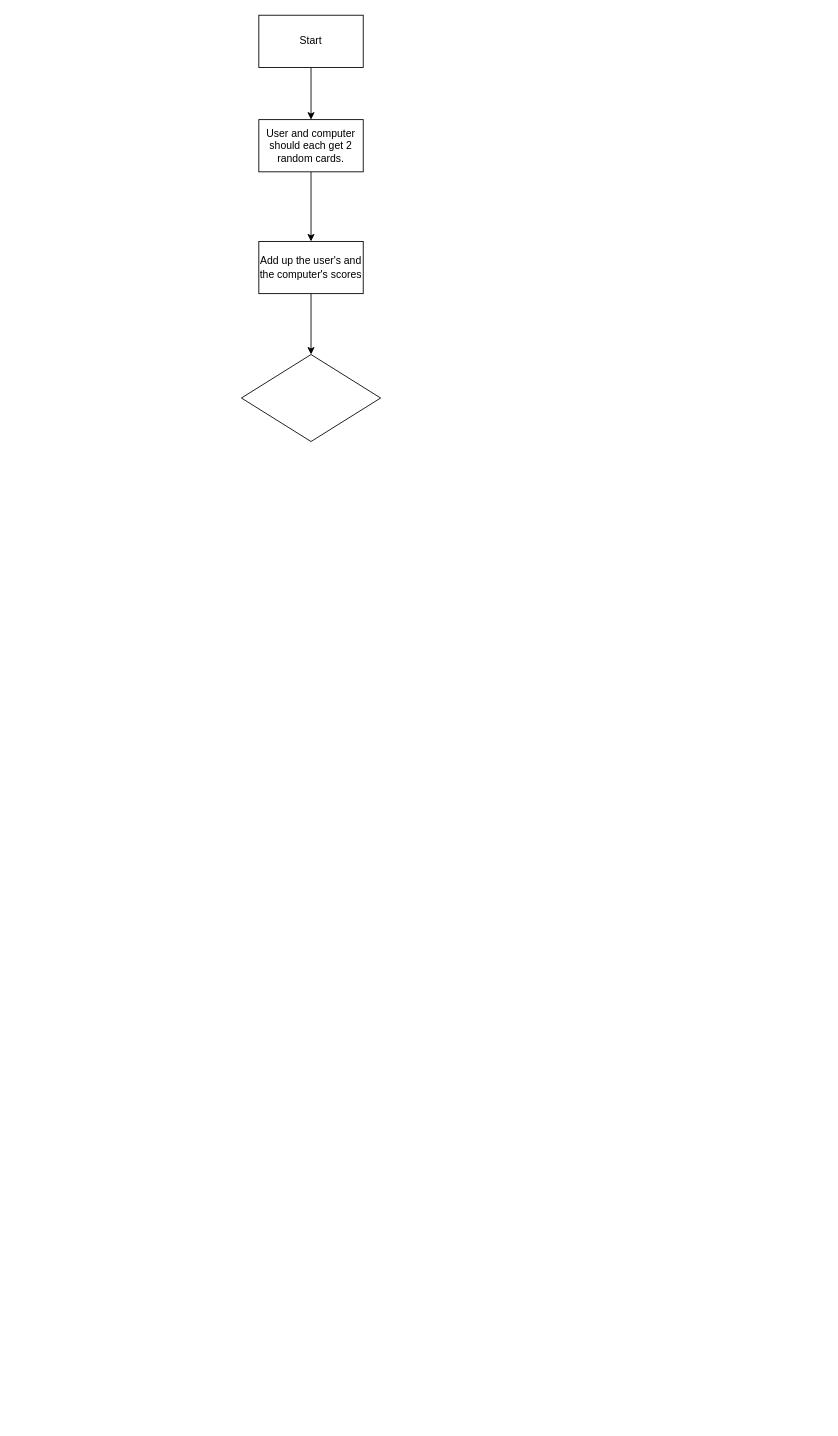
Earlier version of the draw.io diagram Blackjack_Flowchart.drawio (Mateusz167/Blackjack-Program-Project). Source tidied: cells renumbered, new cells numbered last; positions are measured from the earlier drawing's top-left corner, leaving out a move shared by most shapes. Both pictures are drawn from the tidied source at 87%, with x=0, y=0 at pixel (241, 15).
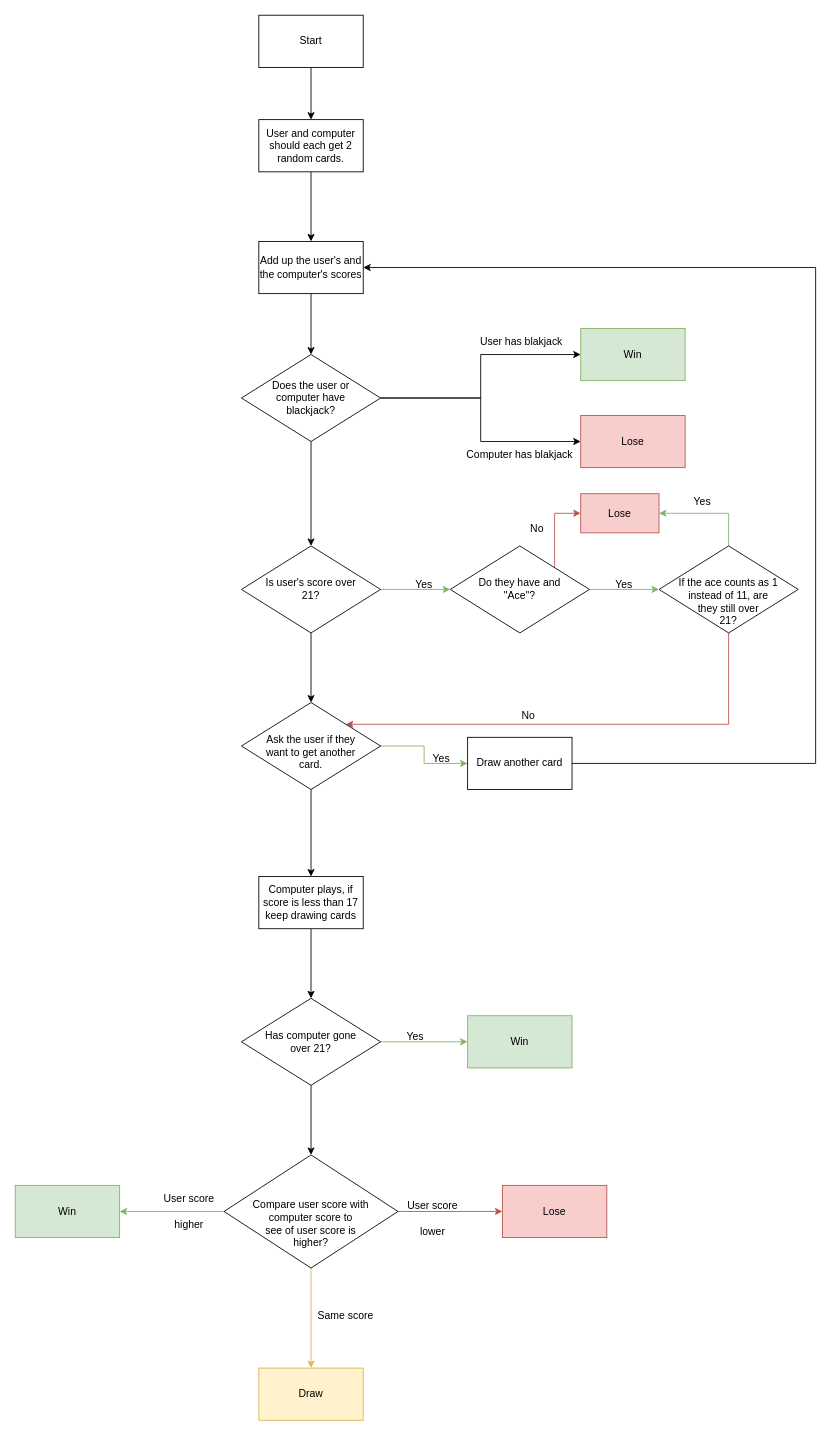
The same page after the edit.

The change refers to these unchanged cells:
```xml
<mxCell id="7" value="Add up the user's and the computer's scores" style="rounded=0;whiteSpace=wrap;html=1;" parent="1" vertex="1">
  <mxGeometry x="20" y="260" width="120" height="60" as="geometry" />
</mxCell>
```

What changed in the source:
```diff
@@
+    <mxCell id="9" style="edgeStyle=orthogonalEdgeStyle;rounded=0;jettySize=auto;html=1;" parent="1" edge="1" source="8" target="12">
+      <mxGeometry relative="1" as="geometry" />
+    </mxCell>
+    <mxCell id="10" style="edgeStyle=orthogonalEdgeStyle;rounded=0;jettySize=auto;html=1;entryX=0;entryY=0.5;entryDx=0;entryDy=0;" parent="1" edge="1" source="8" target="13">
+      <mxGeometry relative="1" as="geometry" />
+    </mxCell>
+    <mxCell id="11" style="edgeStyle=orthogonalEdgeStyle;rounded=0;jettySize=auto;html=1;" parent="1" edge="1" source="8" target="18">
+      <mxGeometry relative="1" as="geometry" />
+    </mxCell>
-    <mxCell id="8" style="rhombus;whiteSpace=wrap;html=1;rounded=0;" parent="1" vertex="1">
+    <mxCell id="8" value="Does the user or&lt;div&gt;computer have&lt;/div&gt;&lt;div&gt;blackjack?&lt;/div&gt;" style="rhombus;whiteSpace=wrap;html=1;rounded=0;" parent="1" vertex="1">
       <mxGeometry y="390" width="160" height="100" as="geometry" />
     </mxCell>
+    <mxCell id="12" value="Win" style="whiteSpace=wrap;html=1;rounded=0;fillColor=#d5e8d4;strokeColor=#82b366;" parent="1" vertex="1">
+      <mxGeometry x="390" y="360" width="120" height="60" as="geometry" />
+    </mxCell>
+    <mxCell id="13" value="Lose" style="whiteSpace=wrap;html=1;rounded=0;fillColor=#f8cecc;strokeColor=#b85450;" parent="1" vertex="1">
+      <mxGeometry x="390" y="460" width="120" height="60" as="geometry" />
+    </mxCell>
+    <mxCell id="14" value="User has blakjack" style="text;html=1;align=center;verticalAlign=middle;whiteSpace=wrap;rounded=0;" parent="1" vertex="1">
+      <mxGeometry x="264" y="360" width="116" height="30" as="geometry" />
+    </mxCell>
+    <mxCell id="15" value="Computer has blakjack" style="text;html=1;align=center;verticalAlign=middle;whiteSpace=wrap;rounded=0;" parent="1" vertex="1">
+      <mxGeometry x="250" y="490" width="140" height="30" as="geometry" />
+    </mxCell>
+    <mxCell id="16" style="edgeStyle=orthogonalEdgeStyle;rounded=0;jettySize=auto;html=1;fillColor=#d5e8d4;strokeColor=#82b366;" parent="1" edge="1" source="18" target="21">
+      <mxGeometry relative="1" as="geometry" />
+    </mxCell>
+    <mxCell id="17" style="edgeStyle=orthogonalEdgeStyle;rounded=0;jettySize=auto;html=1;" parent="1" edge="1" source="18" target="32">
+      <mxGeometry relative="1" as="geometry" />
+    </mxCell>
+    <mxCell id="18" value="Is user's score over&lt;div&gt;21?&lt;/div&gt;" style="rhombus;whiteSpace=wrap;html=1;rounded=0;" parent="1" vertex="1">
+      <mxGeometry y="610" width="160" height="100" as="geometry" />
+    </mxCell>
+    <mxCell id="19" style="edgeStyle=orthogonalEdgeStyle;rounded=0;jettySize=auto;html=1;fillColor=#d5e8d4;strokeColor=#82b366;" parent="1" edge="1" source="21" target="24">
+      <mxGeometry relative="1" as="geometry" />
+    </mxCell>
+    <mxCell id="20" style="edgeStyle=orthogonalEdgeStyle;rounded=0;jettySize=auto;html=1;exitX=1;exitY=0;exitDx=0;exitDy=0;entryX=0;entryY=0.5;entryDx=0;entryDy=0;fillColor=#f8cecc;strokeColor=#b85450;" parent="1" edge="1" source="21" target="25">
+      <mxGeometry relative="1" as="geometry" />
+    </mxCell>
+    <mxCell id="21" value="Do they have and&lt;div&gt;&quot;Ace&quot;?&lt;/div&gt;" style="rhombus;whiteSpace=wrap;html=1;rounded=0;" parent="1" vertex="1">
+      <mxGeometry x="240" y="610" width="160" height="100" as="geometry" />
+    </mxCell>
+    <mxCell id="22" style="edgeStyle=orthogonalEdgeStyle;rounded=0;jettySize=auto;html=1;exitX=0.5;exitY=0;exitDx=0;exitDy=0;entryX=1;entryY=0.5;entryDx=0;entryDy=0;fillColor=#d5e8d4;strokeColor=#82b366;" parent="1" edge="1" source="24" target="25">
+      <mxGeometry relative="1" as="geometry" />
+    </mxCell>
+    <mxCell id="23" style="edgeStyle=orthogonalEdgeStyle;rounded=0;jettySize=auto;html=1;entryX=1;entryY=0;entryDx=0;entryDy=0;fillColor=#f8cecc;strokeColor=#b85450;" parent="1" edge="1" source="24" target="32">
+      <mxGeometry relative="1" as="geometry">
+        <Array as="points">
+          <mxPoint x="560" y="815" />
+        </Array>
+      </mxGeometry>
+    </mxCell>
+    <mxCell id="24" value="&lt;div&gt;&lt;br&gt;&lt;/div&gt;&lt;div&gt;&lt;br&gt;&lt;/div&gt;If the ace counts as 1&lt;div&gt;instead of 11, are&lt;/div&gt;&lt;div&gt;they still over&lt;/div&gt;&lt;div&gt;21?&lt;/div&gt;" style="rhombus;whiteSpace=wrap;html=1;rounded=0;" parent="1" vertex="1">
+      <mxGeometry x="480" y="610" width="160" height="100" as="geometry" />
+    </mxCell>
+    <mxCell id="25" value="Lose" style="rounded=0;whiteSpace=wrap;html=1;fillColor=#f8cecc;strokeColor=#b85450;" parent="1" vertex="1">
+      <mxGeometry x="390" y="550" width="90" height="45" as="geometry" />
+    </mxCell>
+    <mxCell id="26" value="Yes" style="text;html=1;align=center;verticalAlign=middle;whiteSpace=wrap;rounded=0;" parent="1" vertex="1">
+      <mxGeometry x="500" y="545" width="60" height="30" as="geometry" />
+    </mxCell>
+    <mxCell id="27" value="No" style="text;html=1;align=center;verticalAlign=middle;whiteSpace=wrap;rounded=0;" parent="1" vertex="1">
+      <mxGeometry x="310" y="575" width="60" height="30" as="geometry" />
+    </mxCell>
+    <mxCell id="28" value="Yes" style="text;html=1;align=center;verticalAlign=middle;whiteSpace=wrap;rounded=0;" parent="1" vertex="1">
+      <mxGeometry x="410" y="640" width="60" height="30" as="geometry" />
+    </mxCell>
+    <mxCell id="29" value="Yes" style="text;html=1;align=center;verticalAlign=middle;whiteSpace=wrap;rounded=0;" parent="1" vertex="1">
+      <mxGeometry x="180" y="640" width="60" height="30" as="geometry" />
+    </mxCell>
+    <mxCell id="30" style="edgeStyle=orthogonalEdgeStyle;rounded=0;jettySize=auto;html=1;fillColor=#d5e8d4;strokeColor=#82b366;" parent="1" edge="1" source="32" target="35">
+      <mxGeometry relative="1" as="geometry" />
+    </mxCell>
+    <mxCell id="31" style="edgeStyle=orthogonalEdgeStyle;rounded=0;jettySize=auto;html=1;" parent="1" edge="1" source="32" target="38">
+      <mxGeometry relative="1" as="geometry" />
+    </mxCell>
+    <mxCell id="32" value="&lt;div&gt;&lt;br&gt;&lt;/div&gt;Ask the user if they&lt;div&gt;want&amp;nbsp;&lt;span style=&quot;background-color: initial;&quot;&gt;to get another&lt;/span&gt;&lt;/div&gt;&lt;div&gt;&lt;span style=&quot;background-color: initial;&quot;&gt;card.&lt;/span&gt;&lt;/div&gt;" style="rhombus;whiteSpace=wrap;html=1;rounded=0;" parent="1" vertex="1">
+      <mxGeometry y="790" width="160" height="100" as="geometry" />
+    </mxCell>
+    <mxCell id="33" value="No" style="text;html=1;align=center;verticalAlign=middle;whiteSpace=wrap;rounded=0;" parent="1" vertex="1">
+      <mxGeometry x="300" y="790" width="60" height="30" as="geometry" />
+    </mxCell>
+    <mxCell id="34" style="edgeStyle=orthogonalEdgeStyle;rounded=0;jettySize=auto;html=1;entryX=1;entryY=0.5;entryDx=0;entryDy=0;" parent="1" edge="1" source="35" target="7">
+      <mxGeometry relative="1" as="geometry">
+        <Array as="points">
+          <mxPoint x="660" y="860" />
+          <mxPoint x="660" y="290" />
+        </Array>
+      </mxGeometry>
+    </mxCell>
+    <mxCell id="35" value="Draw another card" style="whiteSpace=wrap;html=1;rounded=0;" parent="1" vertex="1">
+      <mxGeometry x="260" y="830" width="120" height="60" as="geometry" />
+    </mxCell>
+    <mxCell id="36" value="Yes" style="text;html=1;align=center;verticalAlign=middle;whiteSpace=wrap;rounded=0;" parent="1" vertex="1">
+      <mxGeometry x="200" y="840" width="60" height="30" as="geometry" />
+    </mxCell>
+    <mxCell id="37" style="edgeStyle=orthogonalEdgeStyle;rounded=0;jettySize=auto;html=1;entryX=0.5;entryY=0;entryDx=0;entryDy=0;" parent="1" edge="1" source="38" target="41">
+      <mxGeometry relative="1" as="geometry" />
+    </mxCell>
+    <mxCell id="38" value="Computer plays, if score is less than 17 keep drawing cards" style="whiteSpace=wrap;html=1;rounded=0;" parent="1" vertex="1">
+      <mxGeometry x="20" y="990" width="120" height="60" as="geometry" />
+    </mxCell>
+    <mxCell id="39" style="edgeStyle=orthogonalEdgeStyle;rounded=0;jettySize=auto;html=1;fillColor=#d5e8d4;strokeColor=#82b366;" parent="1" edge="1" source="41" target="42">
+      <mxGeometry relative="1" as="geometry" />
+    </mxCell>
+    <mxCell id="40" style="edgeStyle=orthogonalEdgeStyle;rounded=0;jettySize=auto;html=1;" parent="1" edge="1" source="41" target="47">
+      <mxGeometry relative="1" as="geometry" />
+    </mxCell>
+    <mxCell id="41" value="&lt;div&gt;Has computer gone&lt;/div&gt;&lt;div&gt;over 21?&lt;/div&gt;" style="rhombus;whiteSpace=wrap;html=1;rounded=0;" parent="1" vertex="1">
+      <mxGeometry y="1130" width="160" height="100" as="geometry" />
+    </mxCell>
+    <mxCell id="42" value="Win" style="whiteSpace=wrap;html=1;rounded=0;fillColor=#d5e8d4;strokeColor=#82b366;" parent="1" vertex="1">
+      <mxGeometry x="260" y="1150" width="120" height="60" as="geometry" />
+    </mxCell>
+    <mxCell id="43" value="Yes" style="text;html=1;align=center;verticalAlign=middle;whiteSpace=wrap;rounded=0;" parent="1" vertex="1">
+      <mxGeometry x="170" y="1159" width="60" height="30" as="geometry" />
+    </mxCell>
+    <mxCell id="44" style="edgeStyle=orthogonalEdgeStyle;rounded=0;jettySize=auto;html=1;fillColor=#f8cecc;strokeColor=#b85450;" parent="1" edge="1" source="47" target="48">
+      <mxGeometry relative="1" as="geometry" />
+    </mxCell>
+    <mxCell id="45" style="edgeStyle=orthogonalEdgeStyle;rounded=0;jettySize=auto;html=1;fillColor=#fff2cc;strokeColor=#d6b656;" parent="1" edge="1" source="47" target="49">
+      <mxGeometry relative="1" as="geometry" />
+    </mxCell>
+    <mxCell id="46" style="edgeStyle=orthogonalEdgeStyle;rounded=0;jettySize=auto;html=1;fillColor=#d5e8d4;strokeColor=#82b366;" parent="1" edge="1" source="47" target="50">
+      <mxGeometry relative="1" as="geometry" />
+    </mxCell>
+    <mxCell id="47" value="&lt;div&gt;&lt;br&gt;&lt;/div&gt;&lt;div&gt;&lt;br&gt;&lt;/div&gt;&lt;div&gt;Compare user score with&lt;/div&gt;&lt;div&gt;computer score to&lt;/div&gt;&lt;div&gt;see of user score is&lt;/div&gt;&lt;div&gt;higher?&lt;/div&gt;" style="rhombus;whiteSpace=wrap;html=1;rounded=0;" parent="1" vertex="1">
+      <mxGeometry x="-20" y="1310" width="200" height="130" as="geometry" />
+    </mxCell>
+    <mxCell id="48" value="Lose" style="whiteSpace=wrap;html=1;rounded=0;fillColor=#f8cecc;strokeColor=#b85450;" parent="1" vertex="1">
+      <mxGeometry x="300" y="1345" width="120" height="60" as="geometry" />
+    </mxCell>
+    <mxCell id="49" value="Draw" style="whiteSpace=wrap;html=1;rounded=0;fillColor=#fff2cc;strokeColor=#d6b656;" parent="1" vertex="1">
+      <mxGeometry x="20" y="1555" width="120" height="60" as="geometry" />
+    </mxCell>
+    <mxCell id="50" value="Win" style="whiteSpace=wrap;html=1;rounded=0;fillColor=#d5e8d4;strokeColor=#82b366;" parent="1" vertex="1">
+      <mxGeometry x="-260" y="1345" width="120" height="60" as="geometry" />
+    </mxCell>
+    <mxCell id="51" value="Same score" style="text;html=1;align=center;verticalAlign=middle;whiteSpace=wrap;rounded=0;" parent="1" vertex="1">
+      <mxGeometry x="60" y="1480" width="120" height="30" as="geometry" />
+    </mxCell>
+    <mxCell id="52" value="User score&lt;div&gt;&lt;br&gt;&lt;/div&gt;&lt;div&gt;lower&lt;/div&gt;" style="text;html=1;align=center;verticalAlign=middle;whiteSpace=wrap;rounded=0;" parent="1" vertex="1">
+      <mxGeometry x="190" y="1345" width="60" height="75" as="geometry" />
+    </mxCell>
+    <mxCell id="53" value="User score&lt;div&gt;&lt;br&gt;&lt;/div&gt;&lt;div&gt;higher&lt;/div&gt;" style="text;html=1;align=center;verticalAlign=middle;whiteSpace=wrap;rounded=0;" parent="1" vertex="1">
+      <mxGeometry x="-90" y="1337.5" width="60" height="75" as="geometry" />
+    </mxCell>
```
